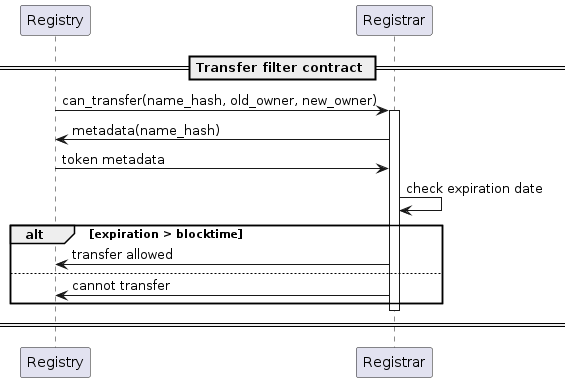
The PlantUML diagram docs/sequence-diagrams/puml/transfer-filter-contract.png in make-software/cspr-name-contracts, before a commit. The source it was exported from:
```plantuml
@startuml

participant "Registry"
participant "Registrar"

== Transfer filter contract ==

Registry -> Registrar: can_transfer(name_hash, old_owner, new_owner)
activate Registrar
Registrar -> Registry: metadata(name_hash)
Registry -> Registrar: token metadata
Registrar -> Registrar: check expiration date
alt expiration > blocktime
 Registrar -> Registry: transfer allowed
else
 Registrar -> Registry: cannot transfer
end
deactivate Registrar

== ==

@enduml
```
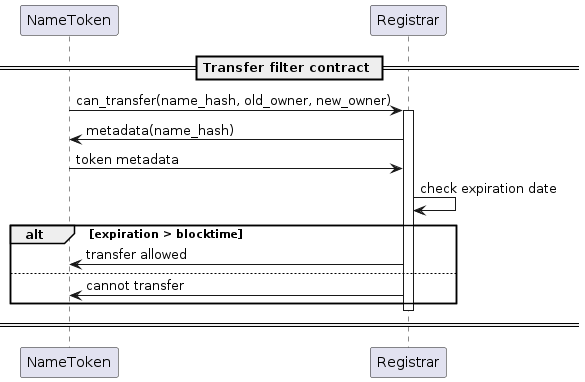
Above is the later version.

Diff of the diagram source:
```diff
@@ -1,19 +1,19 @@
 @startuml
 
-participant "Registry"
+participant "NameToken"
 participant "Registrar"
 
 == Transfer filter contract ==
 
-Registry -> Registrar: can_transfer(name_hash, old_owner, new_owner)
+NameToken -> Registrar: can_transfer(name_hash, old_owner, new_owner)
 activate Registrar
-Registrar -> Registry: metadata(name_hash)
-Registry -> Registrar: token metadata
+Registrar -> NameToken: metadata(name_hash)
+NameToken -> Registrar: token metadata
 Registrar -> Registrar: check expiration date
 alt expiration > blocktime
- Registrar -> Registry: transfer allowed
+ Registrar -> NameToken: transfer allowed
 else
- Registrar -> Registry: cannot transfer
+ Registrar -> NameToken: cannot transfer
 end
 deactivate Registrar
 
```
